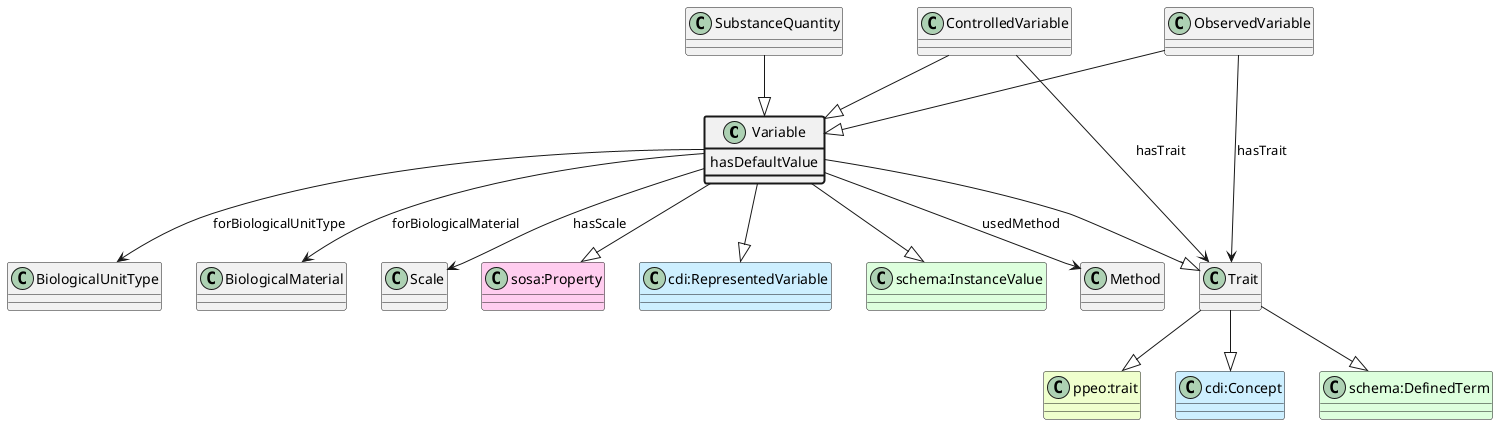
Earlier version of the PlantUML export ttl_uml/ttl_appn_Variable.png (aus-plant-phenomics-network/appn-schema).
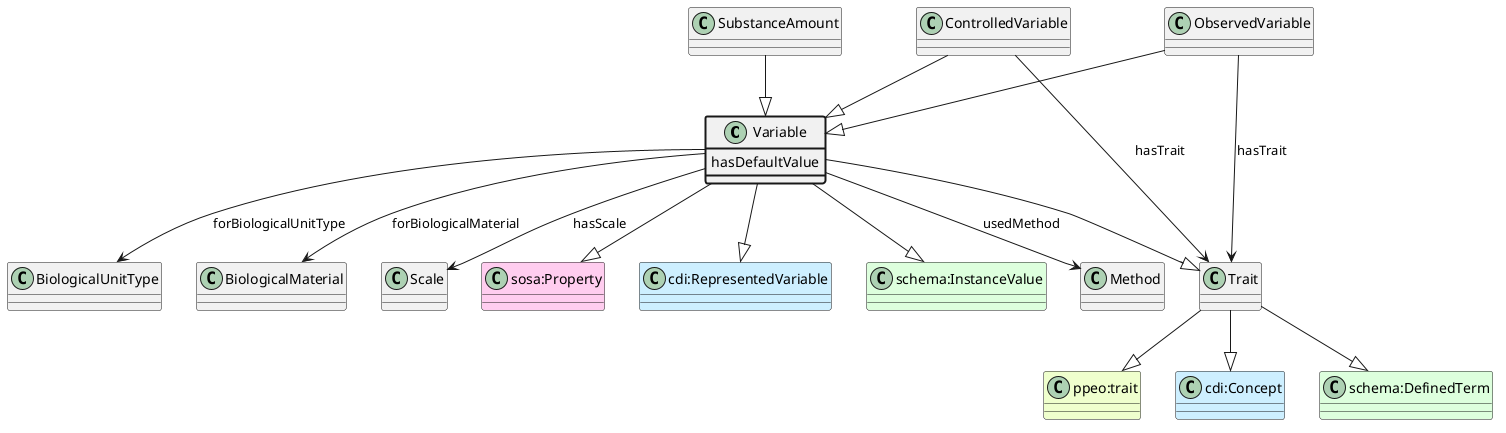
After the change.

What changed in the source:
```diff
@@ -33,6 +33,6 @@
 ObservedVariable --|> Variable
 class ControlledVariable
 ControlledVariable --|> Variable
-class SubstanceQuantity
-SubstanceQuantity --|> Variable
+class SubstanceAmount
+SubstanceAmount --|> Variable
 @enduml
```
